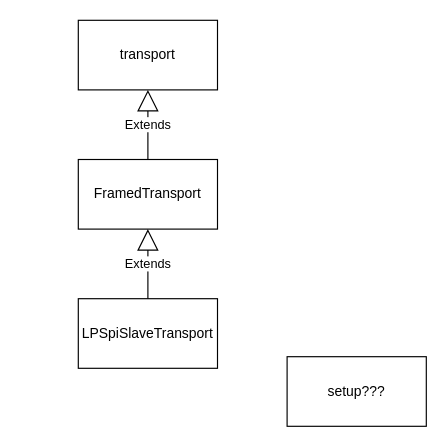
Earlier version of the draw.io diagram page "erpc_c" (1 of 2) of erpc.drawio (suntongce/test2). Source tidied: cells renumbered, new cells numbered last; positions are measured from the earlier drawing's top-left corner, leaving out a move shared by most shapes. Both pictures are drawn from the tidied source at 116%, with x=0, y=0 at pixel (78, 20).
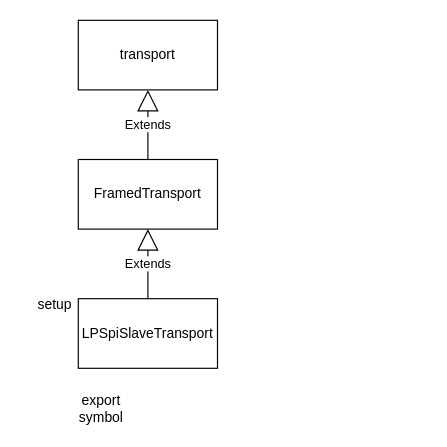
The same diagram, later.

What changed in the source:
```diff
@@
 <mxGraphModel>
   <root>
     <mxCell id="0" />
     <mxCell id="1" parent="0" />
     <mxCell id="2" value="transport" style="rounded=0;whiteSpace=wrap;html=1;" parent="1" vertex="1">
       <mxGeometry width="120" height="60" as="geometry" />
     </mxCell>
     <mxCell id="3" value="FramedTransport" style="rounded=0;whiteSpace=wrap;html=1;" parent="1" vertex="1">
       <mxGeometry y="120" width="120" height="60" as="geometry" />
     </mxCell>
     <mxCell id="4" value="LPSpiSlaveTransport" style="rounded=0;whiteSpace=wrap;html=1;" parent="1" vertex="1">
       <mxGeometry y="240" width="120" height="60" as="geometry" />
     </mxCell>
     <mxCell id="5" value="Extends" style="endArrow=block;endSize=16;endFill=0;html=1;rounded=0;entryX=0.5;entryY=1;entryDx=0;entryDy=0;exitX=0.5;exitY=0;exitDx=0;exitDy=0;" parent="1" edge="1" source="4" target="3">
       <mxGeometry relative="1" as="geometry" />
     </mxCell>
     <mxCell id="6" value="Extends" style="endArrow=block;endSize=16;endFill=0;html=1;rounded=0;entryX=0.5;entryY=1;entryDx=0;entryDy=0;exitX=0.5;exitY=0;exitDx=0;exitDy=0;" parent="1" edge="1" source="3" target="2">
       <mxGeometry relative="1" as="geometry" />
     </mxCell>
-    <mxCell id="7" value="setup???" style="rounded=0;whiteSpace=wrap;html=1;" parent="1" vertex="1">
-      <mxGeometry x="180" y="290" width="120" height="60" as="geometry" />
-    </mxCell>
+    <mxCell id="8" value="setup" style="text;html=1;whiteSpace=wrap;strokeColor=none;fillColor=none;align=center;verticalAlign=middle;rounded=0;" parent="1" vertex="1">
+      <mxGeometry x="-50" y="230" width="60" height="30" as="geometry" />
+    </mxCell>
+    <mxCell id="9" value="export symbol" style="text;html=1;whiteSpace=wrap;strokeColor=none;fillColor=none;align=center;verticalAlign=middle;rounded=0;" parent="1" vertex="1">
+      <mxGeometry x="-10" y="320" width="60" height="30" as="geometry" />
+    </mxCell>
   </root>
 </mxGraphModel>
```
